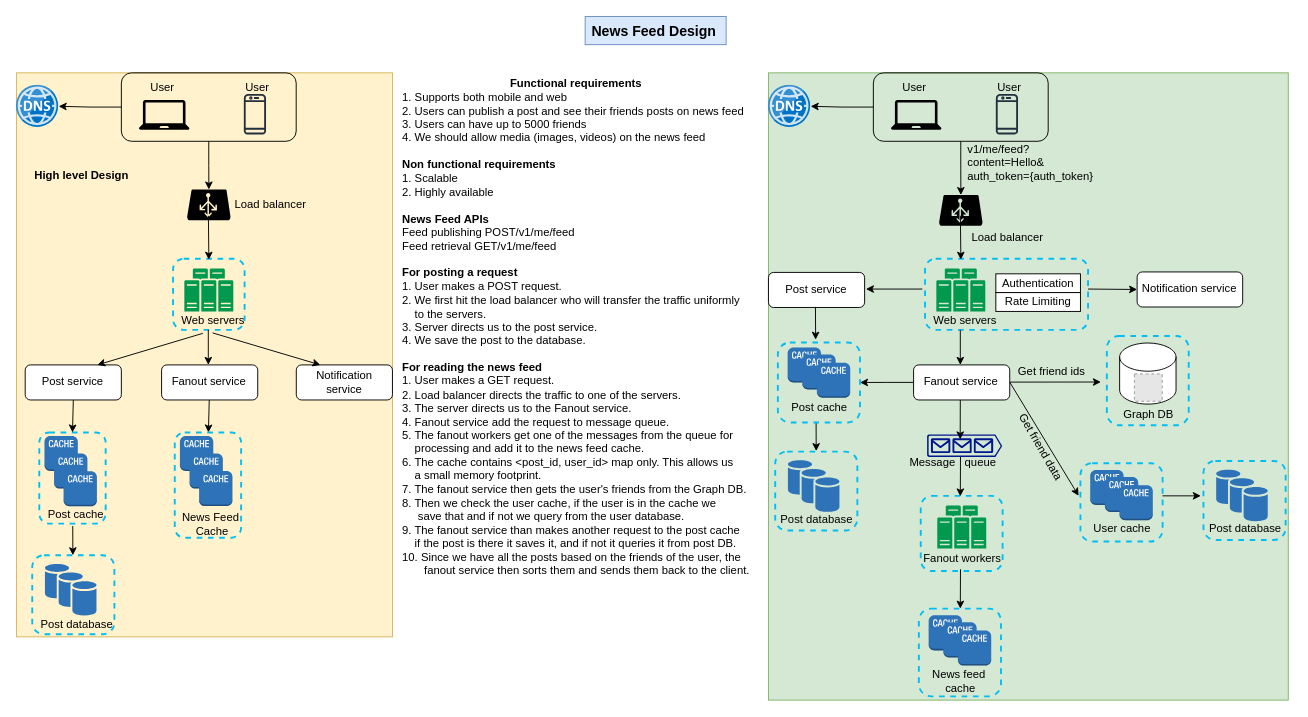
The draw.io diagram News-feed-design.drawio in mohamedsugal/System-design, before the edit. Source tidied: cells renumbered, new cells numbered last; positions are measured from the earlier drawing's top-left corner, leaving out a move shared by most shapes. Both pictures are drawn from the tidied source at 94%, with x=0, y=0 at pixel (16, 16). Pictures stored in the file or linked from it are replaced by grey dashed boxes.
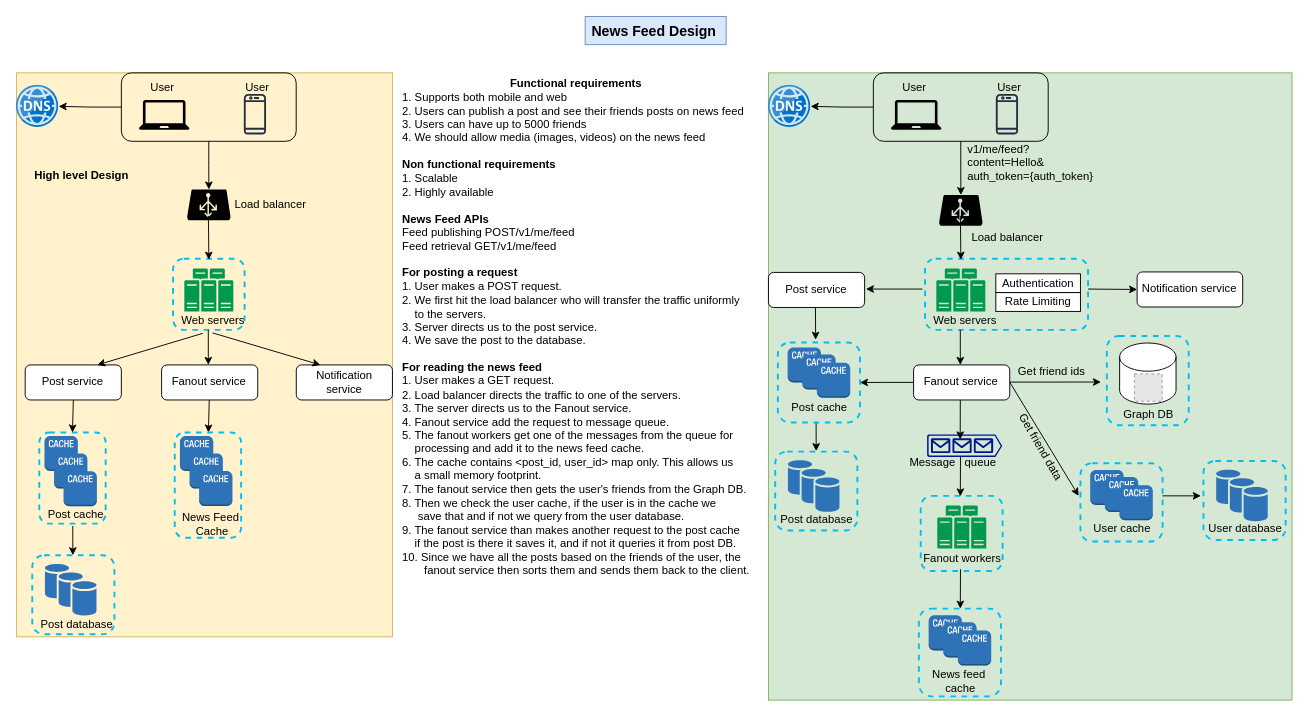
The same diagram, later.

Change to the diagram source:
```diff
@@
     <mxCell id="43" style="group;fillColor=#d5e8d4;strokeColor=#82b366;" parent="1" vertex="1">
-      <mxGeometry x="800" y="60" width="553" height="667.3" as="geometry" />
+      <mxGeometry x="800" y="60" width="557" height="667.3" as="geometry" />
     </mxCell>
@@
     <mxCell id="106" style="group;" parent="43" vertex="1">
-      <mxGeometry x="460" y="412.9" width="93" height="86.8" as="geometry" />
+      <mxGeometry x="460" y="412.9" width="97" height="86.8" as="geometry" />
     </mxCell>
@@
-    <mxCell id="108" value="Post database" style="text;html=1;align=center;verticalAlign=middle;strokeColor=none;fillColor=none;" parent="106" vertex="1">
+    <mxCell id="108" value="User database" style="text;html=1;align=center;verticalAlign=middle;strokeColor=none;fillColor=none;" parent="106" vertex="1">
       <mxGeometry x="-3" y="56.8" width="100" height="30" as="geometry" />
     </mxCell>
```
